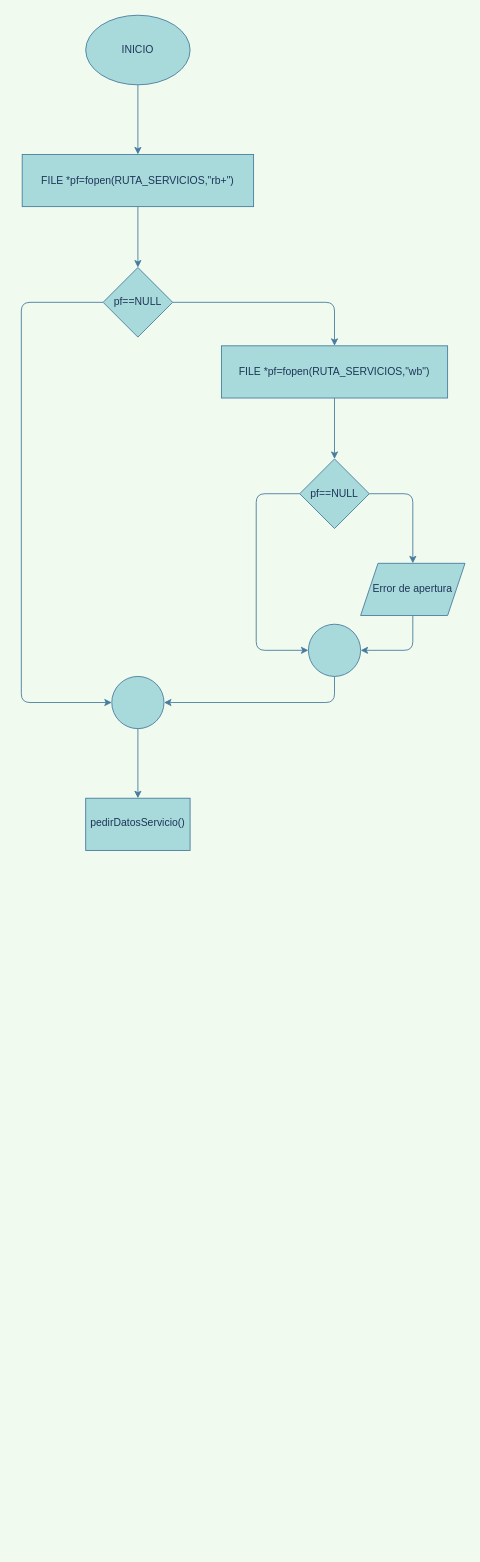
This is page "darDeAltaServicio" (1 of 2) of ProyectoCXabierGarrote/ProyectoCXabierGarrote/OpcionesMenuServicios.drawio from xabier100/PROGRAMACION_Proyecto_Servicios, a draw.io file, before an edit. Source tidied: cells renumbered, new cells numbered last; positions are measured from the earlier drawing's top-left corner, leaving out a move shared by most shapes. Both pictures are drawn from the tidied source at 87%, with x=0, y=0 at pixel (21, 15).
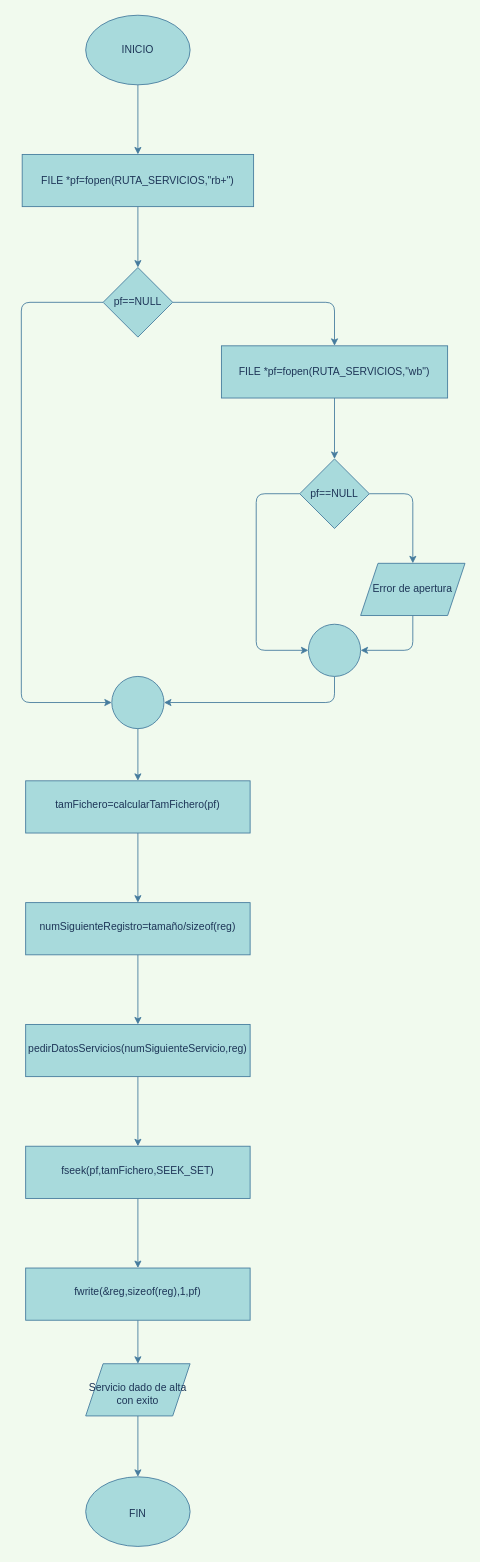
The same page after the edit.

Commit message (it also covers changes not shown here):
Corrigiendo errores de planteamiento en los diagramas

The change refers to these unchanged cells:
```xml
<mxCell id="19" style="verticalLabelPosition=bottom;verticalAlign=top;html=1;shape=mxgraph.flowchart.on-page_reference;rounded=0;sketch=0;strokeColor=#457B9D;fillColor=#A8DADC;fontColor=#1D3557;" parent="1" vertex="1">
  <mxGeometry x="104" y="760" width="60" height="60" as="geometry" />
</mxCell>
```

The edit, as a diff of the source:
```diff
@@
-    <mxCell id="18" style="edgeStyle=orthogonalEdgeStyle;rounded=0;jettySize=auto;html=1;labelBackgroundColor=#F1FAEE;strokeColor=#457B9D;fontColor=#1D3557;" parent="1" edge="1" source="19" target="20">
+    <mxCell id="18" style="edgeStyle=orthogonalEdgeStyle;rounded=0;jettySize=auto;html=1;strokeColor=#457B9D;fontColor=#1D3557;labelBackgroundColor=#F1FAEE;" parent="1" edge="1" source="19" target="20">
       <mxGeometry relative="1" as="geometry" />
     </mxCell>
@@
+    <mxCell id="21" style="edgeStyle=orthogonalEdgeStyle;rounded=0;jettySize=auto;html=1;labelBackgroundColor=#F1FAEE;strokeColor=#457B9D;fontColor=#1D3557;" parent="1" edge="1" source="20" target="23">
+      <mxGeometry relative="1" as="geometry" />
+    </mxCell>
-    <mxCell id="20" value="&lt;br&gt;pedirDatosServicio()" style="whiteSpace=wrap;html=1;rounded=0;fontColor=#1D3557;verticalAlign=top;strokeColor=#457B9D;fillColor=#A8DADC;sketch=0;" parent="1" vertex="1">
-      <mxGeometry x="74" y="900" width="120" height="60" as="geometry" />
+    <mxCell id="20" value="&lt;br&gt;tamFichero=calcularTamFichero(pf)" style="whiteSpace=wrap;html=1;rounded=0;fontColor=#1D3557;verticalAlign=top;strokeColor=#457B9D;fillColor=#A8DADC;sketch=0;" parent="1" vertex="1">
+      <mxGeometry x="5" y="880" width="258" height="60" as="geometry" />
     </mxCell>
+    <mxCell id="22" style="edgeStyle=orthogonalEdgeStyle;rounded=0;jettySize=auto;html=1;labelBackgroundColor=#F1FAEE;strokeColor=#457B9D;fontColor=#1D3557;" parent="1" edge="1" source="23" target="25">
+      <mxGeometry relative="1" as="geometry" />
+    </mxCell>
+    <mxCell id="23" value="&lt;br&gt;numSiguienteRegistro=tamaño/sizeof(reg)" style="whiteSpace=wrap;html=1;rounded=0;fontColor=#1D3557;verticalAlign=top;strokeColor=#457B9D;fillColor=#A8DADC;sketch=0;" parent="1" vertex="1">
+      <mxGeometry x="5" y="1020" width="258" height="60" as="geometry" />
+    </mxCell>
+    <mxCell id="24" style="edgeStyle=orthogonalEdgeStyle;rounded=0;jettySize=auto;html=1;labelBackgroundColor=#F1FAEE;strokeColor=#457B9D;fontColor=#1D3557;" parent="1" edge="1" source="25" target="27">
+      <mxGeometry relative="1" as="geometry" />
+    </mxCell>
+    <mxCell id="25" value="&lt;br&gt;pedirDatosServicios(numSiguienteServicio,reg)" style="whiteSpace=wrap;html=1;rounded=0;fontColor=#1D3557;verticalAlign=top;strokeColor=#457B9D;fillColor=#A8DADC;sketch=0;" parent="1" vertex="1">
+      <mxGeometry x="5" y="1160" width="258" height="60" as="geometry" />
+    </mxCell>
+    <mxCell id="26" style="edgeStyle=orthogonalEdgeStyle;rounded=0;jettySize=auto;html=1;labelBackgroundColor=#F1FAEE;strokeColor=#457B9D;fontColor=#1D3557;" parent="1" edge="1" source="27" target="29">
+      <mxGeometry relative="1" as="geometry" />
+    </mxCell>
+    <mxCell id="27" value="&lt;br&gt;fseek(pf,tamFichero,SEEK_SET)" style="whiteSpace=wrap;html=1;rounded=0;fontColor=#1D3557;verticalAlign=top;strokeColor=#457B9D;fillColor=#A8DADC;sketch=0;" parent="1" vertex="1">
+      <mxGeometry x="5" y="1300" width="258" height="60" as="geometry" />
+    </mxCell>
+    <mxCell id="28" style="edgeStyle=orthogonalEdgeStyle;rounded=0;jettySize=auto;html=1;labelBackgroundColor=#F1FAEE;strokeColor=#457B9D;fontColor=#1D3557;" parent="1" edge="1" source="29" target="31">
+      <mxGeometry relative="1" as="geometry" />
+    </mxCell>
+    <mxCell id="29" value="&lt;br&gt;fwrite(&amp;amp;reg,sizeof(reg),1,pf)" style="whiteSpace=wrap;html=1;rounded=0;fontColor=#1D3557;verticalAlign=top;strokeColor=#457B9D;fillColor=#A8DADC;sketch=0;" parent="1" vertex="1">
+      <mxGeometry x="5" y="1440" width="258" height="60" as="geometry" />
+    </mxCell>
+    <mxCell id="30" style="edgeStyle=orthogonalEdgeStyle;rounded=0;jettySize=auto;html=1;labelBackgroundColor=#F1FAEE;strokeColor=#457B9D;fontColor=#1D3557;" parent="1" edge="1" source="31" target="32">
+      <mxGeometry relative="1" as="geometry" />
+    </mxCell>
+    <mxCell id="31" value="&lt;br&gt;Servicio dado de alta con exito" style="shape=parallelogram;perimeter=parallelogramPerimeter;whiteSpace=wrap;html=1;fixedSize=1;rounded=0;fontColor=#1D3557;verticalAlign=top;strokeColor=#457B9D;fillColor=#A8DADC;sketch=0;" parent="1" vertex="1">
+      <mxGeometry x="74" y="1550" width="120" height="60" as="geometry" />
+    </mxCell>
+    <mxCell id="32" value="&lt;br&gt;&lt;br&gt;FIN" style="ellipse;whiteSpace=wrap;html=1;rounded=0;fontColor=#1D3557;verticalAlign=top;strokeColor=#457B9D;fillColor=#A8DADC;sketch=0;" parent="1" vertex="1">
+      <mxGeometry x="74" y="1680" width="120" height="80" as="geometry" />
+    </mxCell>
```
